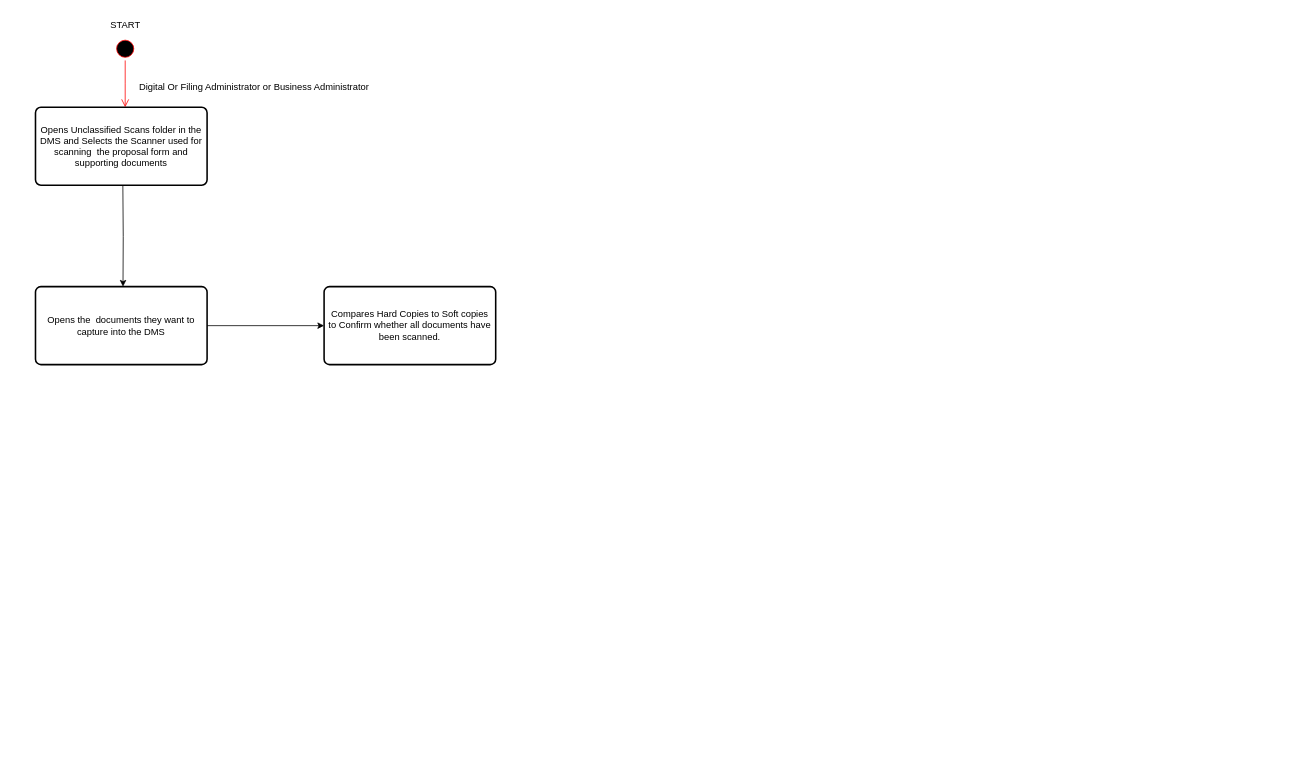
This is 23.drawio from mokaty1818795/ticketing, a draw.io file, before an edit. Source tidied: cells renumbered, new cells numbered last; positions are measured from the earlier drawing's top-left corner, leaving out a move shared by most shapes. Both pictures are drawn from the tidied source at 78%, with x=0, y=0 at pixel (35, 13).
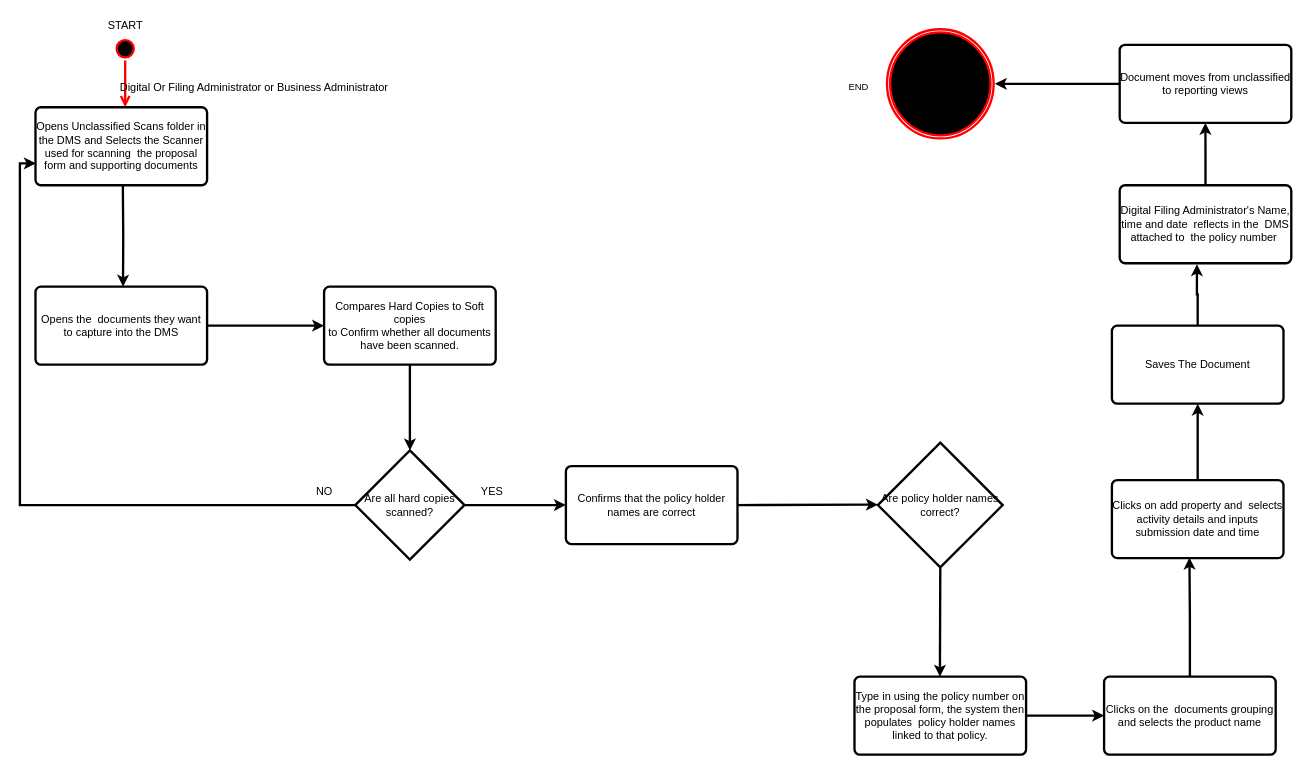
The same diagram, later.

What changed in the source:
```diff
@@
-    <mxCell id="2" style="ellipse;html=1;shape=startState;fillColor=#000000;strokeColor=#ff0000;" parent="1" vertex="1">
+    <mxCell id="2" style="ellipse;html=1;shape=startState;fillColor=#000000;strokeColor=#ff0000;strokeWidth=3;fontSize=14;" parent="1" vertex="1">
       <mxGeometry x="100" y="30" width="30" height="30" as="geometry" />
     </mxCell>
-    <mxCell id="3" style="edgeStyle=orthogonalEdgeStyle;html=1;verticalAlign=bottom;endArrow=open;endSize=8;strokeColor=#ff0000;rounded=0;" parent="1" edge="1" source="2">
+    <mxCell id="3" style="edgeStyle=orthogonalEdgeStyle;html=1;verticalAlign=bottom;endArrow=open;endSize=8;strokeColor=#ff0000;rounded=0;strokeWidth=3;fontSize=14;" parent="1" edge="1" source="2">
       <mxGeometry relative="1" as="geometry">
         <mxPoint x="115" y="120" as="targetPoint" />
       </mxGeometry>
     </mxCell>
-    <mxCell id="4" value="START" style="text;html=1;align=center;verticalAlign=middle;strokeColor=none;fillColor=none;" parent="1" vertex="1">
-      <mxGeometry x="85" width="60" height="30" as="geometry" />
+    <mxCell id="4" value="START" style="text;html=1;align=center;verticalAlign=middle;strokeColor=none;fillColor=none;strokeWidth=3;fontSize=14;" parent="1" vertex="1">
+      <mxGeometry x="80" width="70" height="30" as="geometry" />
     </mxCell>
-    <mxCell id="5" style="edgeStyle=orthogonalEdgeStyle;rounded=0;orthogonalLoop=1;jettySize=auto;html=1;exitX=0.5;exitY=1;exitDx=0;exitDy=0;" parent="1" edge="1">
+    <mxCell id="5" style="edgeStyle=orthogonalEdgeStyle;rounded=0;orthogonalLoop=1;jettySize=auto;html=1;exitX=0.5;exitY=1;exitDx=0;exitDy=0;strokeWidth=3;fontSize=14;" parent="1" edge="1">
       <mxGeometry relative="1" as="geometry">
         <mxPoint x="112" y="220" as="sourcePoint" />
         <mxPoint x="112.2" y="350" as="targetPoint" />
       </mxGeometry>
     </mxCell>
-    <mxCell id="6" value="Opens Unclassified Scans folder in the DMS and Selects the Scanner used for scanning&amp;nbsp; the proposal form and supporting documents" style="rounded=1;whiteSpace=wrap;html=1;absoluteArcSize=1;arcSize=14;strokeWidth=2;" parent="1" vertex="1">
+    <mxCell id="6" value="Opens Unclassified Scans folder in the DMS and Selects the Scanner used for scanning&amp;nbsp; the proposal form and supporting documents" style="rounded=1;whiteSpace=wrap;html=1;absoluteArcSize=1;arcSize=14;strokeWidth=3;fontSize=14;" parent="1" vertex="1">
       <mxGeometry y="120" width="220" height="100" as="geometry" />
     </mxCell>
-    <mxCell id="7" value="Digital Or Filing Administrator or Business Administrator" style="text;html=1;align=center;verticalAlign=middle;strokeColor=none;fillColor=none;" parent="1" vertex="1">
-      <mxGeometry x="120" y="80" width="320" height="30" as="geometry" />
+    <mxCell id="7" value="Digital Or Filing Administrator or Business Administrator" style="text;html=1;align=center;verticalAlign=middle;strokeColor=none;fillColor=none;strokeWidth=3;fontSize=14;" parent="1" vertex="1">
+      <mxGeometry x="95" y="80" width="370" height="30" as="geometry" />
     </mxCell>
-    <mxCell id="8" style="edgeStyle=orthogonalEdgeStyle;rounded=0;jettySize=auto;html=1;exitX=1;exitY=0.5;exitDx=0;exitDy=0;entryX=0;entryY=0.5;entryDx=0;entryDy=0;" parent="1" edge="1" source="9" target="10">
+    <mxCell id="8" style="edgeStyle=orthogonalEdgeStyle;rounded=0;jettySize=auto;html=1;exitX=1;exitY=0.5;exitDx=0;exitDy=0;entryX=0;entryY=0.5;entryDx=0;entryDy=0;strokeWidth=3;fontSize=14;" parent="1" edge="1" source="9" target="10">
       <mxGeometry relative="1" as="geometry" />
     </mxCell>
-    <mxCell id="9" value="Opens the&amp;nbsp; documents they want to capture into the DMS" style="rounded=1;whiteSpace=wrap;html=1;absoluteArcSize=1;arcSize=14;strokeWidth=2;" parent="1" vertex="1">
+    <mxCell id="9" value="Opens the&amp;nbsp; documents they want to capture into the DMS" style="rounded=1;whiteSpace=wrap;html=1;absoluteArcSize=1;arcSize=14;strokeWidth=3;fontSize=14;" parent="1" vertex="1">
       <mxGeometry y="350" width="220" height="100" as="geometry" />
     </mxCell>
+    <mxCell id="11" style="edgeStyle=orthogonalEdgeStyle;rounded=0;jettySize=auto;html=1;exitX=0.5;exitY=1;exitDx=0;exitDy=0;strokeWidth=3;fontSize=14;" parent="1" edge="1" source="10">
+      <mxGeometry relative="1" as="geometry">
+        <mxPoint x="480" y="560" as="targetPoint" />
+      </mxGeometry>
+    </mxCell>
-    <mxCell id="10" value="Compares Hard Copies to Soft copies&lt;br&gt;to Confirm whether all documents have been scanned." style="rounded=1;whiteSpace=wrap;html=1;absoluteArcSize=1;arcSize=14;strokeWidth=2;" parent="1" vertex="1">
+    <mxCell id="10" value="Compares Hard Copies to Soft copies&lt;br style=&quot;font-size: 14px;&quot;&gt;to Confirm whether all documents have been scanned." style="rounded=1;whiteSpace=wrap;html=1;absoluteArcSize=1;arcSize=14;strokeWidth=3;fontSize=14;" parent="1" vertex="1">
       <mxGeometry x="370" y="350" width="220" height="100" as="geometry" />
     </mxCell>
+    <mxCell id="12" style="edgeStyle=orthogonalEdgeStyle;rounded=0;jettySize=auto;html=1;exitX=1;exitY=0.5;exitDx=0;exitDy=0;exitPerimeter=0;strokeWidth=3;fontSize=14;" parent="1" edge="1" source="13">
+      <mxGeometry relative="1" as="geometry">
+        <mxPoint x="680" y="630" as="targetPoint" />
+      </mxGeometry>
+    </mxCell>
+    <mxCell id="13" value="Are all hard copies&lt;br style=&quot;font-size: 14px;&quot;&gt;scanned?" style="strokeWidth=3;html=1;shape=mxgraph.flowchart.decision;whiteSpace=wrap;fontSize=14;" parent="1" vertex="1">
+      <mxGeometry x="410" y="560" width="140" height="140" as="geometry" />
+    </mxCell>
+    <mxCell id="14" style="edgeStyle=orthogonalEdgeStyle;rounded=0;jettySize=auto;html=1;exitX=0;exitY=0.5;exitDx=0;exitDy=0;exitPerimeter=0;entryX=0.002;entryY=0.719;entryDx=0;entryDy=0;entryPerimeter=0;strokeWidth=3;fontSize=14;" parent="1" edge="1" source="13" target="6">
+      <mxGeometry relative="1" as="geometry" />
+    </mxCell>
+    <mxCell id="15" value="NO" style="text;html=1;align=center;verticalAlign=middle;strokeColor=none;fillColor=none;strokeWidth=3;fontSize=14;" parent="1" vertex="1">
+      <mxGeometry x="350" y="598" width="40" height="30" as="geometry" />
+    </mxCell>
+    <mxCell id="16" value="YES" style="text;html=1;align=center;verticalAlign=middle;strokeColor=none;fillColor=none;strokeWidth=3;fontSize=14;" parent="1" vertex="1">
+      <mxGeometry x="560" y="598" width="50" height="30" as="geometry" />
+    </mxCell>
+    <mxCell id="17" style="edgeStyle=orthogonalEdgeStyle;rounded=0;jettySize=auto;html=1;exitX=1;exitY=0.5;exitDx=0;exitDy=0;strokeWidth=3;fontSize=14;" parent="1" edge="1" source="18">
+      <mxGeometry relative="1" as="geometry">
+        <mxPoint x="1080" y="629.5" as="targetPoint" />
+      </mxGeometry>
+    </mxCell>
+    <mxCell id="18" value="Confirms that the policy holder names are correct" style="rounded=1;whiteSpace=wrap;html=1;absoluteArcSize=1;arcSize=14;strokeWidth=3;fontSize=14;" parent="1" vertex="1">
+      <mxGeometry x="680" y="580" width="220" height="100" as="geometry" />
+    </mxCell>
+    <mxCell id="19" style="edgeStyle=orthogonalEdgeStyle;rounded=0;jettySize=auto;html=1;exitX=0.5;exitY=1;exitDx=0;exitDy=0;exitPerimeter=0;strokeWidth=3;fontSize=14;" parent="1" edge="1" source="20">
+      <mxGeometry relative="1" as="geometry">
+        <mxPoint x="1159.5" y="850" as="targetPoint" />
+      </mxGeometry>
+    </mxCell>
+    <mxCell id="20" value="Are policy holder names&lt;br style=&quot;font-size: 14px;&quot;&gt;correct?" style="strokeWidth=3;html=1;shape=mxgraph.flowchart.decision;whiteSpace=wrap;fontSize=14;" parent="1" vertex="1">
+      <mxGeometry x="1080" y="550" width="160" height="160" as="geometry" />
+    </mxCell>
+    <mxCell id="21" style="edgeStyle=orthogonalEdgeStyle;rounded=0;jettySize=auto;html=1;exitX=1;exitY=0.5;exitDx=0;exitDy=0;strokeWidth=3;fontSize=14;" parent="1" edge="1" source="22">
+      <mxGeometry relative="1" as="geometry">
+        <mxPoint x="1370" y="899.9" as="targetPoint" />
+      </mxGeometry>
+    </mxCell>
+    <mxCell id="22" value="Type in using the policy number on the proposal form, the system then populates&amp;nbsp; policy holder names linked to that policy." style="rounded=1;whiteSpace=wrap;html=1;absoluteArcSize=1;arcSize=14;strokeWidth=3;fontSize=14;" parent="1" vertex="1">
+      <mxGeometry x="1050" y="850" width="220" height="100" as="geometry" />
+    </mxCell>
+    <mxCell id="23" value="Clicks on the&amp;nbsp; documents grouping and selects the product name" style="rounded=1;whiteSpace=wrap;html=1;absoluteArcSize=1;arcSize=14;strokeWidth=3;fontSize=14;" parent="1" vertex="1">
+      <mxGeometry x="1370" y="850" width="220" height="100" as="geometry" />
+    </mxCell>
+    <mxCell id="24" style="edgeStyle=orthogonalEdgeStyle;rounded=0;jettySize=auto;html=1;exitX=0.5;exitY=0;exitDx=0;exitDy=0;strokeWidth=3;fontSize=14;" parent="1" edge="1" source="25" target="27">
+      <mxGeometry relative="1" as="geometry" />
+    </mxCell>
+    <mxCell id="25" value="Clicks on add property and&amp;nbsp; selects activity details and inputs submission date and time" style="rounded=1;whiteSpace=wrap;html=1;absoluteArcSize=1;arcSize=14;strokeWidth=3;fontSize=14;" parent="1" vertex="1">
+      <mxGeometry x="1380" y="598" width="220" height="100" as="geometry" />
+    </mxCell>
+    <mxCell id="26" style="edgeStyle=orthogonalEdgeStyle;rounded=0;jettySize=auto;html=1;entryX=0.452;entryY=0.994;entryDx=0;entryDy=0;entryPerimeter=0;strokeWidth=3;fontSize=14;" parent="1" edge="1" source="23" target="25">
+      <mxGeometry relative="1" as="geometry" />
+    </mxCell>
+    <mxCell id="27" value="Saves The Document" style="rounded=1;whiteSpace=wrap;html=1;absoluteArcSize=1;arcSize=14;strokeWidth=3;fontSize=14;" parent="1" vertex="1">
+      <mxGeometry x="1380" y="400" width="220" height="100" as="geometry" />
+    </mxCell>
+    <mxCell id="28" style="edgeStyle=orthogonalEdgeStyle;rounded=0;jettySize=auto;html=1;exitX=0.5;exitY=0;exitDx=0;exitDy=0;strokeWidth=3;fontSize=14;" parent="1" edge="1" source="29">
+      <mxGeometry relative="1" as="geometry">
+        <mxPoint x="1499.9" y="140" as="targetPoint" />
+      </mxGeometry>
+    </mxCell>
+    <mxCell id="29" value="Digital Filing Administrator's Name, time and date&amp;nbsp; reflects in the&amp;nbsp; DMS attached to&amp;nbsp; the policy number&amp;nbsp;" style="rounded=1;whiteSpace=wrap;html=1;absoluteArcSize=1;arcSize=14;strokeWidth=3;fontSize=14;" parent="1" vertex="1">
+      <mxGeometry x="1390" y="220" width="220" height="100" as="geometry" />
+    </mxCell>
+    <mxCell id="30" style="edgeStyle=orthogonalEdgeStyle;rounded=0;jettySize=auto;html=1;exitX=0.5;exitY=0;exitDx=0;exitDy=0;entryX=0.45;entryY=1.012;entryDx=0;entryDy=0;entryPerimeter=0;strokeWidth=3;fontSize=14;" parent="1" edge="1" source="27" target="29">
+      <mxGeometry relative="1" as="geometry" />
+    </mxCell>
+    <mxCell id="31" style="edgeStyle=orthogonalEdgeStyle;rounded=0;jettySize=auto;html=1;exitX=0;exitY=0.5;exitDx=0;exitDy=0;strokeWidth=3;fontSize=14;" parent="1" edge="1" source="32">
+      <mxGeometry relative="1" as="geometry">
+        <mxPoint x="1230" y="90" as="targetPoint" />
+      </mxGeometry>
+    </mxCell>
+    <mxCell id="32" value="Document moves from unclassified to reporting views" style="rounded=1;whiteSpace=wrap;html=1;absoluteArcSize=1;arcSize=14;strokeWidth=3;fontSize=14;" parent="1" vertex="1">
+      <mxGeometry x="1390" y="40" width="220" height="100" as="geometry" />
+    </mxCell>
+    <mxCell id="33" style="ellipse;html=1;shape=endState;fillColor=#000000;strokeColor=#ff0000;strokeWidth=3;fontSize=14;" parent="1" vertex="1">
+      <mxGeometry x="1091.7" y="20" width="136.7" height="140" as="geometry" />
+    </mxCell>
+    <mxCell id="34" value="END" style="text;html=1;align=center;verticalAlign=middle;strokeColor=none;fillColor=none;" parent="1" vertex="1">
+      <mxGeometry x="1030" y="80" width="50" height="30" as="geometry" />
+    </mxCell>
```
